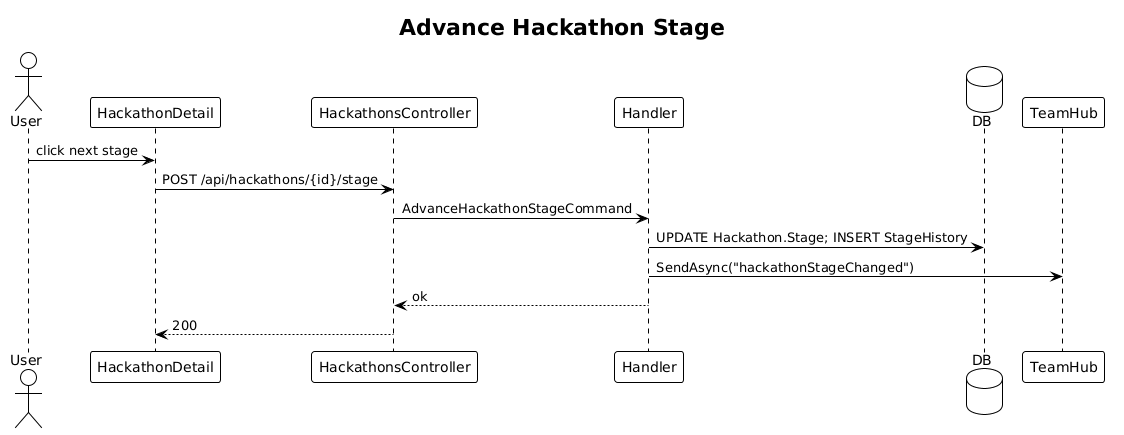
Above: docs/detailed-designs/22-hackathon-4ds/diagrams/sequence_advance.png in QuinntyneBrown/TheUpperRoom (PlantUML), before the change. Its diagram source:
```plantuml
@startuml
!theme plain
title Advance Hackathon Stage

actor User
participant "HackathonDetail" as P
participant "HackathonsController" as C
participant "Handler" as H
database "DB" as DB
participant "TeamHub" as Hub

User -> P: click next stage
P -> C: POST /api/hackathons/{id}/stage
C -> H: AdvanceHackathonStageCommand
H -> DB: UPDATE Hackathon.Stage; INSERT StageHistory
H -> Hub: SendAsync("hackathonStageChanged")
H --> C: ok
C --> P: 200
@enduml
```
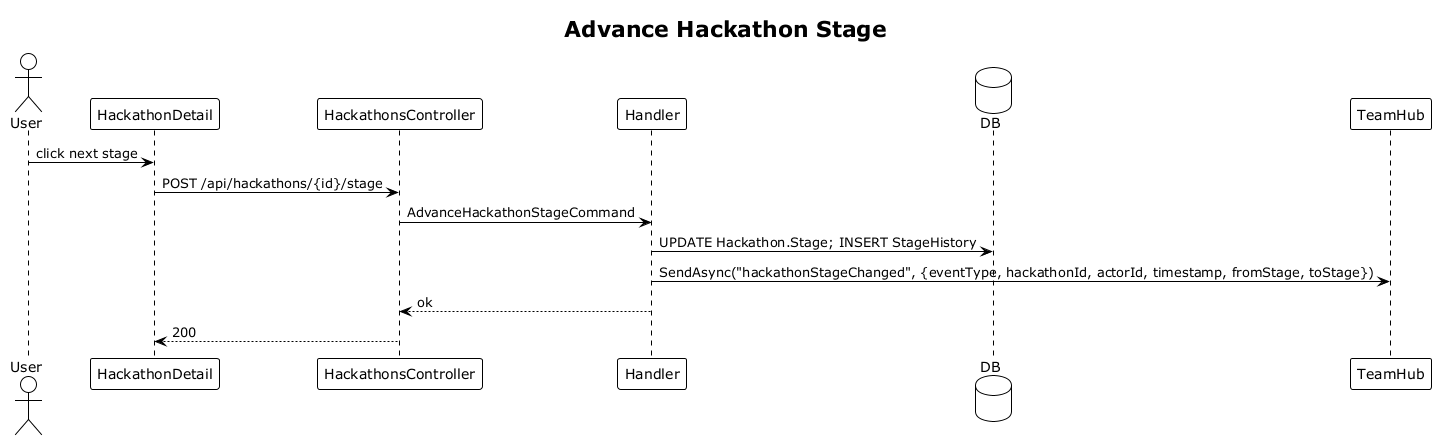
The same file after the commit.

Diff of the diagram source:
```diff
@@ -1,4 +1,4 @@
-@startuml
+@startuml sequence_advance
 !theme plain
 title Advance Hackathon Stage
 
@@ -13,7 +13,7 @@
 P -> C: POST /api/hackathons/{id}/stage
 C -> H: AdvanceHackathonStageCommand
 H -> DB: UPDATE Hackathon.Stage; INSERT StageHistory
-H -> Hub: SendAsync("hackathonStageChanged")
+H -> Hub: SendAsync("hackathonStageChanged", {eventType, hackathonId, actorId, timestamp, fromStage, toStage})
 H --> C: ok
 C --> P: 200
 @enduml
```
